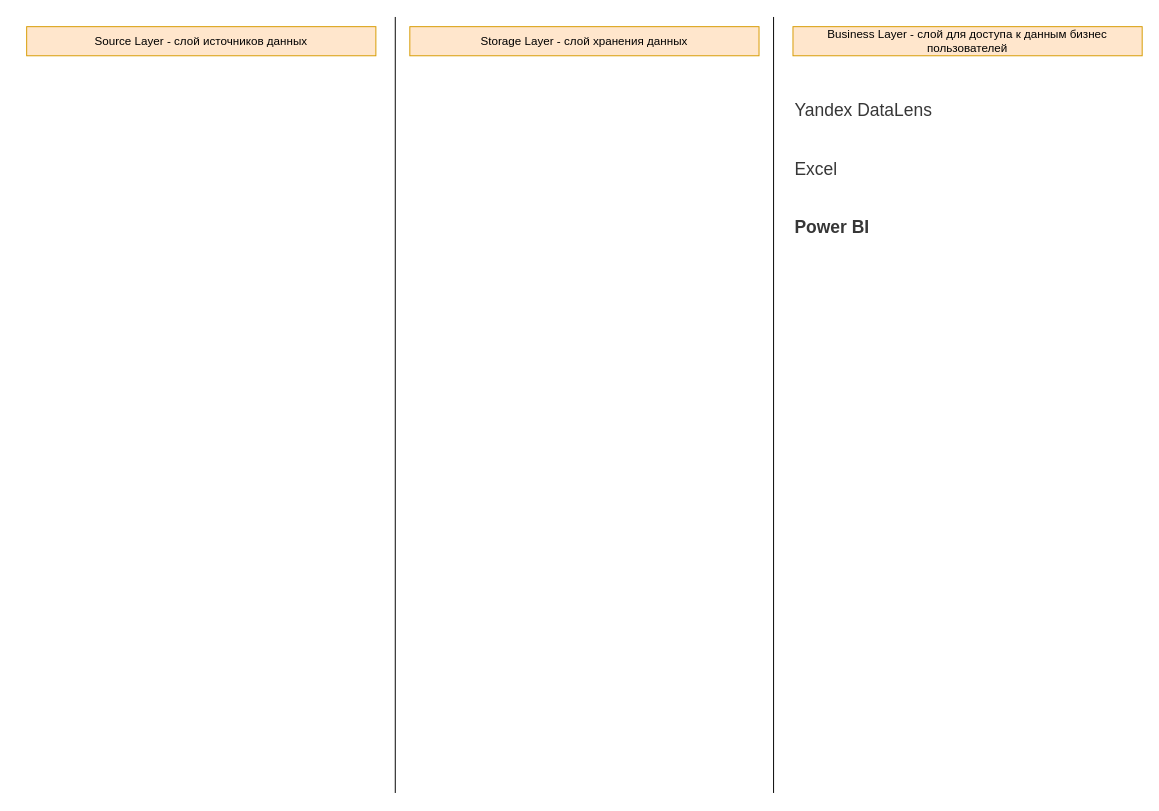
Before: DE-101 Modules/Module01/DE - 101 Lab 1.1/Homework_SAV/20240614_Архитектура_Аналитического_Решения(ШАВ).drawio in Data-Learn/data-engineering, a draw.io diagram. Source tidied: cells renumbered, new cells numbered last; positions are measured from the earlier drawing's top-left corner, leaving out a move shared by most shapes. Both pictures are drawn from the tidied source at 97%, with x=0, y=0 at pixel (26, 16).
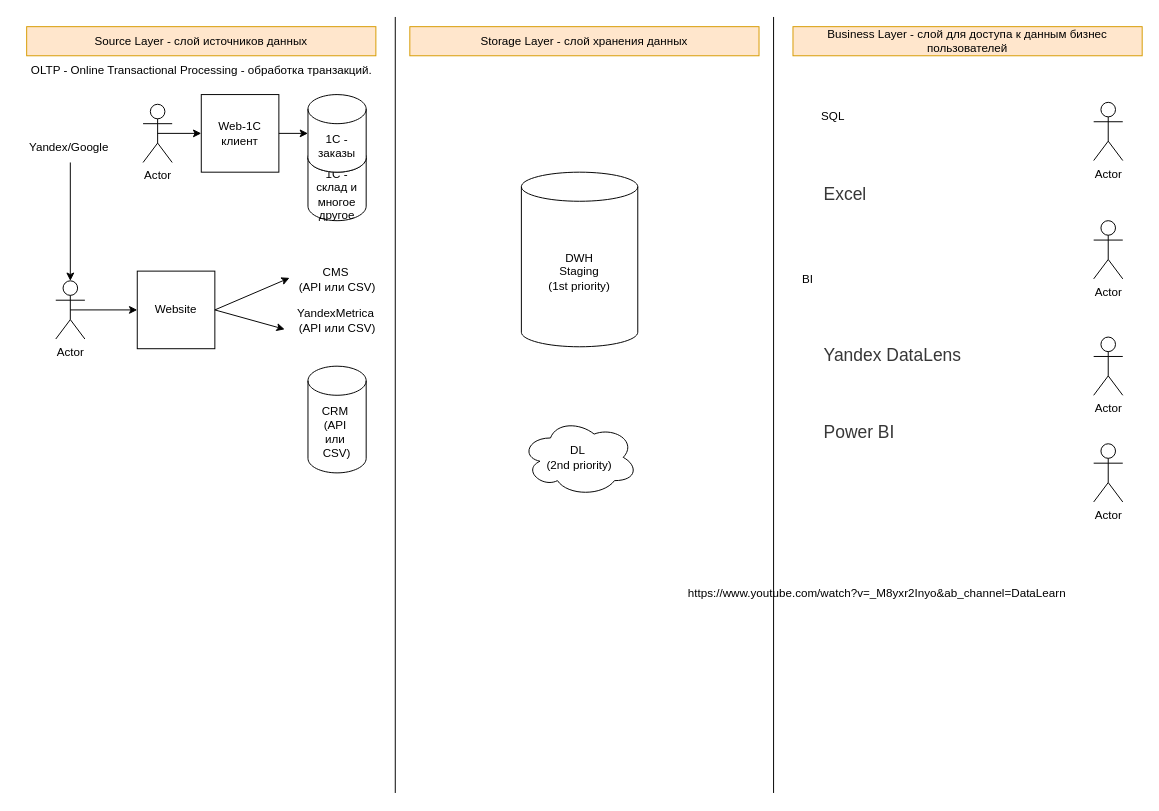
After the change.

The edit, as a diff of the source:
```diff
@@
     <mxCell id="7" value="&lt;span style=&quot;color: rgb(55, 55, 55); font-family: Jost, sans-serif; font-size: 18px; font-style: normal; font-variant-ligatures: normal; font-variant-caps: normal; font-weight: 400; letter-spacing: normal; orphans: 2; text-align: start; text-indent: 0px; text-transform: none; widows: 2; word-spacing: 0px; -webkit-text-stroke-width: 0px; white-space: normal; background-color: rgb(255, 255, 255); text-decoration-thickness: initial; text-decoration-style: initial; text-decoration-color: initial; display: inline !important; float: none;&quot;&gt;Yandex DataLens&lt;/span&gt;" style="text;whiteSpace=wrap;html=1;" parent="1" vertex="1">
-      <mxGeometry x="790" y="80" width="320" height="50" as="geometry" />
+      <mxGeometry x="820" y="332" width="320" height="50" as="geometry" />
     </mxCell>
     <mxCell id="8" value="&lt;span style=&quot;color: rgb(55, 55, 55); font-family: Jost, sans-serif; font-size: 18px; font-style: normal; font-variant-ligatures: normal; font-variant-caps: normal; font-weight: 400; letter-spacing: normal; orphans: 2; text-align: start; text-indent: 0px; text-transform: none; widows: 2; word-spacing: 0px; -webkit-text-stroke-width: 0px; white-space: normal; background-color: rgb(255, 255, 255); text-decoration-thickness: initial; text-decoration-style: initial; text-decoration-color: initial; display: inline !important; float: none;&quot;&gt;Excel&lt;/span&gt;" style="text;whiteSpace=wrap;html=1;" parent="1" vertex="1">
-      <mxGeometry x="790" y="140" width="320" height="50" as="geometry" />
+      <mxGeometry x="820" y="166" width="320" height="50" as="geometry" />
     </mxCell>
-    <mxCell id="9" value="&lt;b style=&quot;box-sizing: inherit; font-weight: 600; color: rgb(55, 55, 55); font-family: Jost, sans-serif; font-size: 18px; font-style: normal; font-variant-ligatures: normal; font-variant-caps: normal; letter-spacing: normal; orphans: 2; text-align: start; text-indent: 0px; text-transform: none; widows: 2; word-spacing: 0px; -webkit-text-stroke-width: 0px; white-space: normal; background-color: rgb(255, 255, 255); text-decoration-thickness: initial; text-decoration-style: initial; text-decoration-color: initial;&quot;&gt;Power BI&lt;/b&gt;" style="text;whiteSpace=wrap;html=1;" parent="1" vertex="1">
-      <mxGeometry x="790" y="200" width="110" height="50" as="geometry" />
+    <mxCell id="9" value="&lt;span style=&quot;box-sizing: inherit; color: rgb(55, 55, 55); font-family: Jost, sans-serif; font-size: 18px; font-style: normal; font-variant-ligatures: normal; font-variant-caps: normal; letter-spacing: normal; orphans: 2; text-align: start; text-indent: 0px; text-transform: none; widows: 2; word-spacing: 0px; -webkit-text-stroke-width: 0px; white-space: normal; background-color: rgb(255, 255, 255); text-decoration-thickness: initial; text-decoration-style: initial; text-decoration-color: initial;&quot;&gt;Power BI&lt;/span&gt;" style="text;whiteSpace=wrap;html=1;fontStyle=0;" parent="1" vertex="1">
+      <mxGeometry x="820" y="412" width="110" height="50" as="geometry" />
     </mxCell>
+    <mxCell id="10" value="DWH&lt;div&gt;Staging&lt;br&gt;&lt;div&gt;(1st priority)&lt;/div&gt;&lt;/div&gt;" style="shape=cylinder3;whiteSpace=wrap;html=1;boundedLbl=1;backgroundOutline=1;size=15;" parent="1" vertex="1">
+      <mxGeometry x="510" y="160" width="120" height="180" as="geometry" />
+    </mxCell>
+    <mxCell id="11" value="CRM&amp;nbsp;&lt;div&gt;(&lt;span style=&quot;text-wrap: nowrap;&quot;&gt;API&amp;nbsp;&lt;/span&gt;&lt;/div&gt;&lt;div&gt;&lt;span style=&quot;text-wrap: nowrap;&quot;&gt;или&amp;nbsp;&lt;/span&gt;&lt;/div&gt;&lt;div&gt;&lt;span style=&quot;text-wrap: nowrap;&quot;&gt;CSV)&lt;/span&gt;&lt;/div&gt;" style="shape=cylinder3;whiteSpace=wrap;html=1;boundedLbl=1;backgroundOutline=1;size=15;" parent="1" vertex="1">
+      <mxGeometry x="290" y="360" width="60" height="110" as="geometry" />
+    </mxCell>
+    <mxCell id="12" value="Actor" style="shape=umlActor;verticalLabelPosition=bottom;verticalAlign=top;html=1;outlineConnect=0;" parent="1" vertex="1">
+      <mxGeometry x="30" y="272" width="30" height="60" as="geometry" />
+    </mxCell>
+    <mxCell id="13" value="Yandex/Google&amp;nbsp;" style="text;html=1;align=center;verticalAlign=middle;points=[];strokeColor=none;fillColor=none;" parent="1" vertex="1">
+      <mxGeometry x="-10" y="120" width="110" height="30" as="geometry" />
+    </mxCell>
+    <mxCell id="14" style="endArrow=classic;html=1;rounded=0;entryX=0.5;entryY=0;entryDx=0;entryDy=0;entryPerimeter=0;" parent="1" edge="1" source="13" target="12">
+      <mxGeometry relative="1" as="geometry" />
+    </mxCell>
+    <mxCell id="15" style="endArrow=classic;html=1;rounded=0;exitX=0.5;exitY=0.5;exitDx=0;exitDy=0;exitPerimeter=0;" parent="1" edge="1" source="12">
+      <mxGeometry relative="1" as="geometry">
+        <mxPoint x="114" y="302" as="targetPoint" />
+      </mxGeometry>
+    </mxCell>
+    <mxCell id="16" value="Website" style="whiteSpace=wrap;html=1;" parent="1" vertex="1">
+      <mxGeometry x="114" y="262" width="80" height="80" as="geometry" />
+    </mxCell>
+    <mxCell id="17" value="Web-1C клиент" style="whiteSpace=wrap;html=1;" parent="1" vertex="1">
+      <mxGeometry x="180" y="80" width="80" height="80" as="geometry" />
+    </mxCell>
+    <mxCell id="18" style="endArrow=classic;html=1;rounded=0;exitX=1;exitY=0.5;exitDx=0;exitDy=0;entryX=0;entryY=0.5;entryDx=0;entryDy=0;entryPerimeter=0;" parent="1" edge="1" source="17" target="23">
+      <mxGeometry relative="1" as="geometry" />
+    </mxCell>
+    <mxCell id="19" value="Actor" style="shape=umlActor;verticalLabelPosition=bottom;verticalAlign=top;html=1;outlineConnect=0;" parent="1" vertex="1">
+      <mxGeometry x="120" y="90" width="30" height="60" as="geometry" />
+    </mxCell>
+    <mxCell id="20" style="endArrow=classic;html=1;rounded=0;entryX=0;entryY=0.5;entryDx=0;entryDy=0;exitX=0.5;exitY=0.5;exitDx=0;exitDy=0;exitPerimeter=0;" parent="1" edge="1" source="19" target="17">
+      <mxGeometry relative="1" as="geometry" />
+    </mxCell>
+    <mxCell id="21" value="YandexMetrica&amp;nbsp;&lt;div&gt;(API или CSV)&lt;/div&gt;" style="text;html=1;align=center;verticalAlign=middle;points=[];strokeColor=none;fillColor=none;" parent="1" vertex="1">
+      <mxGeometry x="265" y="293" width="110" height="40" as="geometry" />
+    </mxCell>
+    <mxCell id="22" value="1С - склад и многое другое" style="shape=cylinder3;whiteSpace=wrap;html=1;boundedLbl=1;backgroundOutline=1;size=15;" parent="1" vertex="1">
+      <mxGeometry x="290" y="130" width="60" height="80" as="geometry" />
+    </mxCell>
+    <mxCell id="23" value="1С - заказы" style="shape=cylinder3;whiteSpace=wrap;html=1;boundedLbl=1;backgroundOutline=1;size=15;" parent="1" vertex="1">
+      <mxGeometry x="290" y="80" width="60" height="80" as="geometry" />
+    </mxCell>
+    <mxCell id="24" value="OLTP - Online Transactional Processing - обработка транзакций." style="text;html=1;align=center;verticalAlign=middle;strokeColor=none;fillColor=none;" parent="1" vertex="1">
+      <mxGeometry x="-5" y="40" width="370" height="30" as="geometry" />
+    </mxCell>
+    <mxCell id="25" style="endArrow=classic;html=1;rounded=0;exitX=1;exitY=0.5;exitDx=0;exitDy=0;entryX=0.009;entryY=0.725;entryDx=0;entryDy=0;entryPerimeter=0;" parent="1" edge="1" source="16" target="21">
+      <mxGeometry relative="1" as="geometry" />
+    </mxCell>
+    <mxCell id="26" value="CMS&amp;nbsp;&lt;div&gt;(API или CSV)&lt;/div&gt;" style="text;html=1;align=center;verticalAlign=middle;points=[];strokeColor=none;fillColor=none;" parent="1" vertex="1">
+      <mxGeometry x="270" y="251" width="100" height="40" as="geometry" />
+    </mxCell>
+    <mxCell id="27" style="endArrow=classic;html=1;rounded=0;exitX=1;exitY=0.5;exitDx=0;exitDy=0;entryX=0.01;entryY=0.45;entryDx=0;entryDy=0;entryPerimeter=0;" parent="1" edge="1" source="16" target="26">
+      <mxGeometry relative="1" as="geometry" />
+    </mxCell>
+    <mxCell id="28" value="DL&amp;nbsp;&lt;div&gt;(2nd priority)&lt;/div&gt;" style="ellipse;shape=cloud;whiteSpace=wrap;html=1;" parent="1" vertex="1">
+      <mxGeometry x="510" y="414" width="120" height="80" as="geometry" />
+    </mxCell>
+    <mxCell id="29" value="SQL" style="text;html=1;align=center;verticalAlign=middle;strokeColor=none;fillColor=none;" parent="1" vertex="1">
+      <mxGeometry x="806" y="88" width="50" height="30" as="geometry" />
+    </mxCell>
+    <mxCell id="30" value="BI" style="text;html=1;align=center;verticalAlign=middle;strokeColor=none;fillColor=none;" parent="1" vertex="1">
+      <mxGeometry x="790" y="256" width="30" height="30" as="geometry" />
+    </mxCell>
+    <mxCell id="31" value="Actor" style="shape=umlActor;verticalLabelPosition=bottom;verticalAlign=top;html=1;" parent="1" vertex="1">
+      <mxGeometry x="1100" y="88" width="30" height="60" as="geometry" />
+    </mxCell>
+    <mxCell id="32" value="Actor" style="shape=umlActor;verticalLabelPosition=bottom;verticalAlign=top;html=1;" parent="1" vertex="1">
+      <mxGeometry x="1100" y="210" width="30" height="60" as="geometry" />
+    </mxCell>
+    <mxCell id="33" value="Actor" style="shape=umlActor;verticalLabelPosition=bottom;verticalAlign=top;html=1;" parent="1" vertex="1">
+      <mxGeometry x="1100" y="330" width="30" height="60" as="geometry" />
+    </mxCell>
+    <mxCell id="34" value="Actor" style="shape=umlActor;verticalLabelPosition=bottom;verticalAlign=top;html=1;" parent="1" vertex="1">
+      <mxGeometry x="1100" y="440" width="30" height="60" as="geometry" />
+    </mxCell>
+    <mxCell id="35" value="https://www.youtube.com/watch?v=_M8yxr2Inyo&amp;ab_channel=DataLearn" style="text;whiteSpace=wrap;" parent="1" vertex="1">
+      <mxGeometry x="680" y="580" width="420" height="40" as="geometry" />
+    </mxCell>
```
